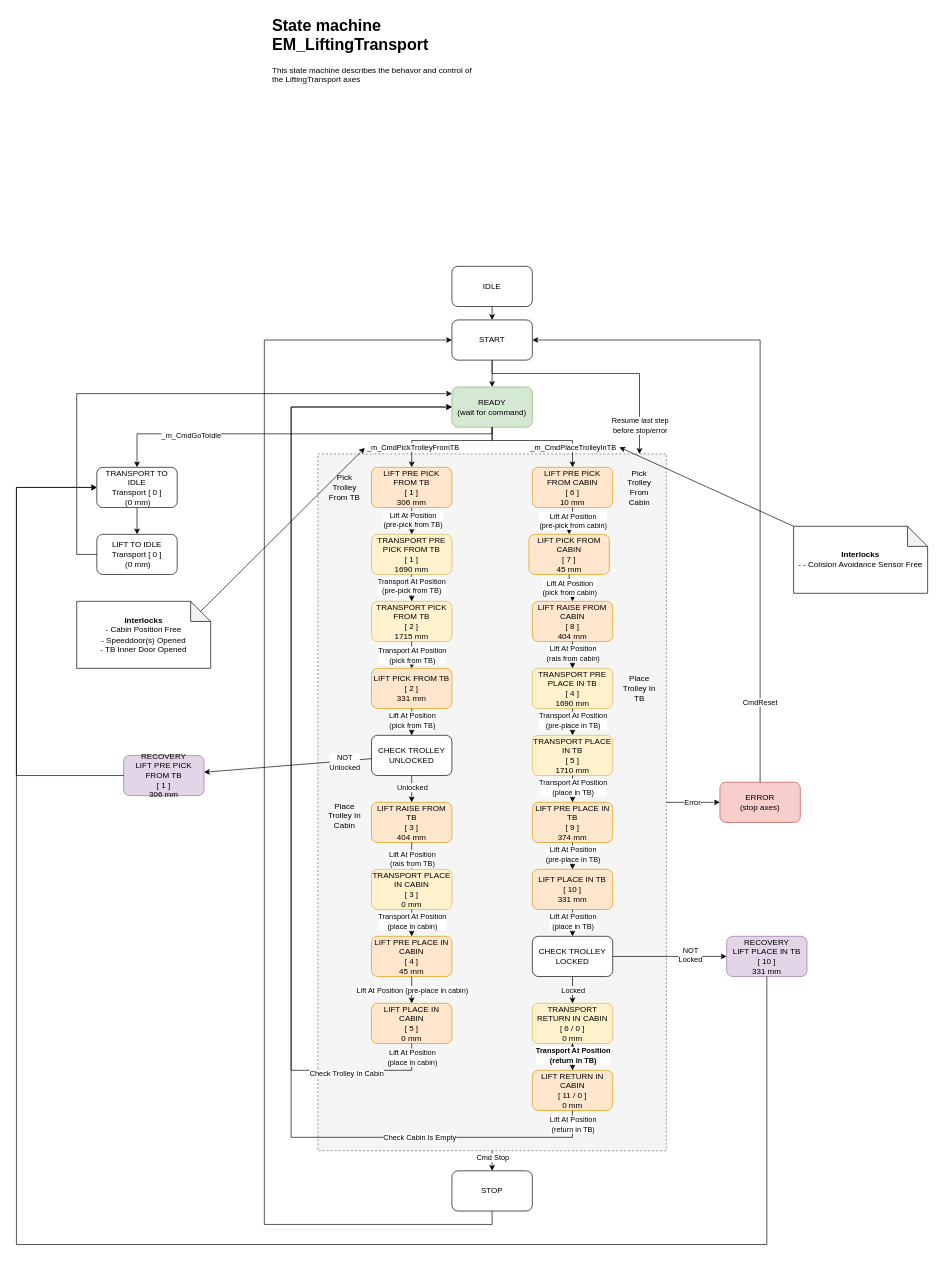
Before: page "EM_LiftingTransport" (8 of 10) of Documentation/StateMachine and Sequence Diagrams.drawio in KMWE/KMWE_CleanroomConnect, a draw.io diagram. Source tidied: cells renumbered, new cells numbered last; positions are measured from the earlier drawing's top-left corner, leaving out a move shared by most shapes. Both pictures are drawn from the tidied source at 67%, with x=0, y=0 at pixel (16, 11).
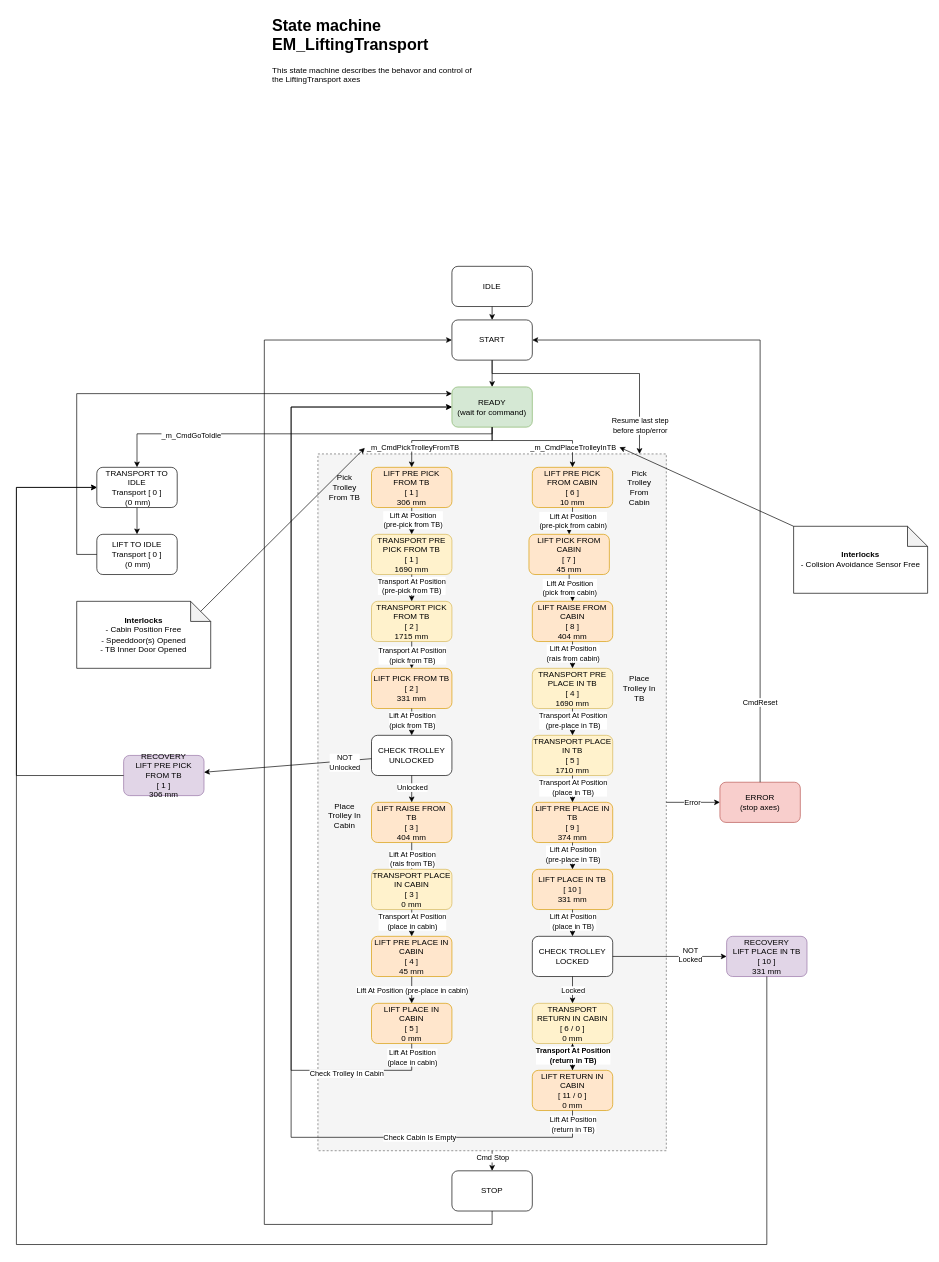
The same page after the edit.

Diff of the diagram source:
```diff
@@
-    <mxCell id="97" value="&lt;b&gt;Interlocks&lt;/b&gt;&lt;div&gt;-&amp;nbsp;&lt;span style=&quot;background-color: transparent; color: light-dark(rgb(0, 0, 0), rgb(255, 255, 255));&quot;&gt;- Colision Avoidance Sensor Free&lt;/span&gt;&lt;/div&gt;" style="shape=note;whiteSpace=wrap;html=1;backgroundOutline=1;darkOpacity=0.05;verticalAlign=middle;" parent="1" vertex="1">
+    <mxCell id="97" value="&lt;b&gt;Interlocks&lt;/b&gt;&lt;div&gt;&lt;span style=&quot;background-color: transparent; color: light-dark(rgb(0, 0, 0), rgb(255, 255, 255));&quot;&gt;- Colision Avoidance Sensor Free&lt;/span&gt;&lt;/div&gt;" style="shape=note;whiteSpace=wrap;html=1;backgroundOutline=1;darkOpacity=0.05;verticalAlign=middle;" parent="1" vertex="1">
       <mxGeometry x="1160" y="768" width="200" height="100" as="geometry" />
     </mxCell>
```
